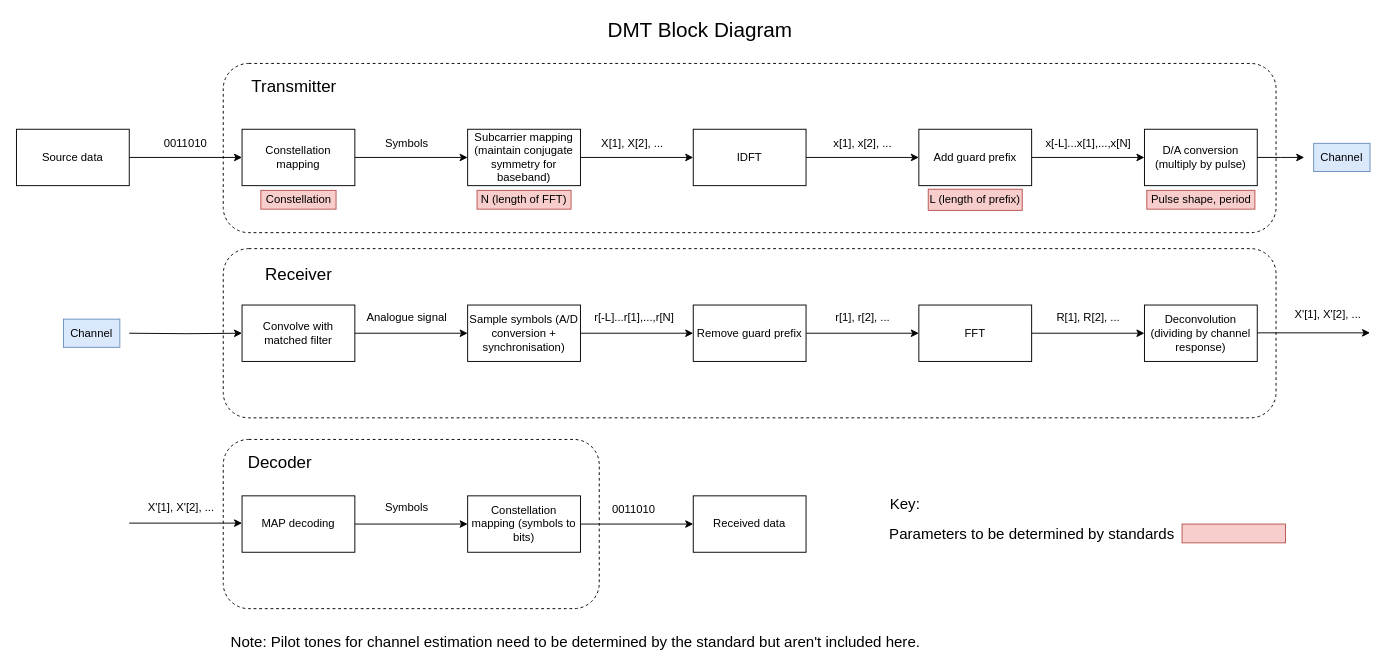
Above: OFDM.drawio in barkermrl/AudioModem (draw.io), before the change. Source tidied: cells renumbered, new cells numbered last; positions are measured from the earlier drawing's top-left corner, leaving out a move shared by most shapes. Both pictures are drawn from the tidied source at 94%, with x=0, y=0 at pixel (16, 16).
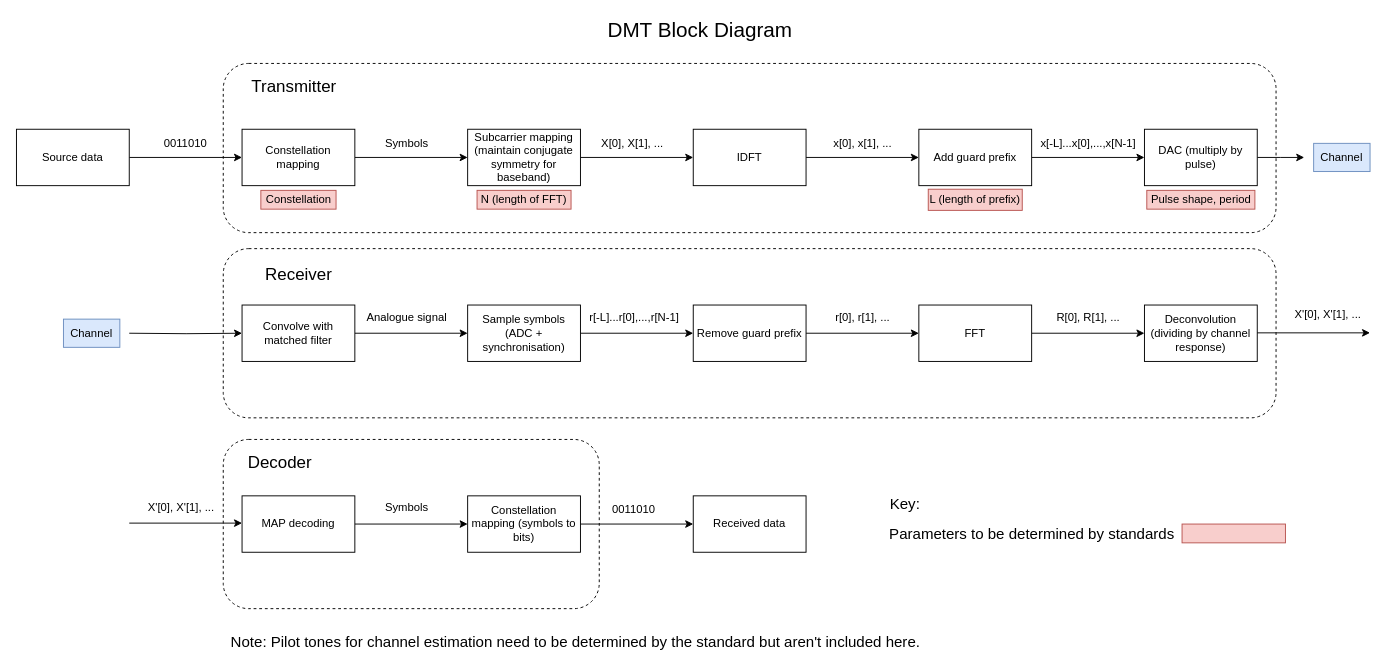
The same diagram, later.

What changed in the source:
```diff
@@
-    <mxCell id="16" value="D/A conversion (multiply by pulse)" style="whiteSpace=wrap;html=1;rounded=0;" parent="1" vertex="1">
+    <mxCell id="16" value="DAC (multiply by pulse)" style="whiteSpace=wrap;html=1;rounded=0;" parent="1" vertex="1">
       <mxGeometry x="1200" y="120" width="120" height="60" as="geometry" />
     </mxCell>
@@
-    <mxCell id="26" value="Sample symbols (A/D conversion + synchronisation)" style="whiteSpace=wrap;html=1;rounded=0;" parent="1" vertex="1">
+    <mxCell id="26" value="Sample symbols (ADC + synchronisation)" style="whiteSpace=wrap;html=1;rounded=0;" parent="1" vertex="1">
       <mxGeometry x="480" y="307" width="120" height="60" as="geometry" />
     </mxCell>
@@
-    <mxCell id="36" value="X[1], X[2], ..." style="text;html=1;align=center;verticalAlign=middle;strokeColor=none;fillColor=none;" parent="1" vertex="1">
+    <mxCell id="36" value="X[0], X[1], ..." style="text;html=1;align=center;verticalAlign=middle;strokeColor=none;fillColor=none;" parent="1" vertex="1">
       <mxGeometry x="615" y="125" width="80" height="20" as="geometry" />
     </mxCell>
@@
-    <mxCell id="38" value="x[1], x[2], ..." style="text;html=1;align=center;verticalAlign=middle;strokeColor=none;fillColor=none;" parent="1" vertex="1">
+    <mxCell id="38" value="x[0], x[1], ..." style="text;html=1;align=center;verticalAlign=middle;strokeColor=none;fillColor=none;" parent="1" vertex="1">
       <mxGeometry x="860" y="125" width="80" height="20" as="geometry" />
     </mxCell>
-    <mxCell id="39" value="x[-L]...x[1],...,x[N]" style="text;html=1;align=center;verticalAlign=middle;strokeColor=none;fillColor=none;" parent="1" vertex="1">
-      <mxGeometry x="1085" y="125" width="110" height="20" as="geometry" />
+    <mxCell id="39" value="x[-L]...x[0],...,x[N-1]" style="text;html=1;align=center;verticalAlign=middle;strokeColor=none;fillColor=none;" parent="1" vertex="1">
+      <mxGeometry x="1080" y="125" width="120" height="20" as="geometry" />
     </mxCell>
@@
-    <mxCell id="45" value="R[1], R[2], ..." style="text;html=1;align=center;verticalAlign=middle;strokeColor=none;fillColor=none;" parent="1" vertex="1">
+    <mxCell id="45" value="R[0], R[1], ..." style="text;html=1;align=center;verticalAlign=middle;strokeColor=none;fillColor=none;" parent="1" vertex="1">
       <mxGeometry x="1100" y="310" width="80" height="20" as="geometry" />
     </mxCell>
-    <mxCell id="46" value="r[-L]...r[1],...,r[N]" style="text;html=1;align=center;verticalAlign=middle;strokeColor=none;fillColor=none;" parent="1" vertex="1">
-      <mxGeometry x="607" y="310" width="100" height="20" as="geometry" />
+    <mxCell id="46" value="r[-L]...r[0],...,r[N-1]" style="text;html=1;align=center;verticalAlign=middle;strokeColor=none;fillColor=none;" parent="1" vertex="1">
+      <mxGeometry x="602" y="310" width="110" height="20" as="geometry" />
     </mxCell>
-    <mxCell id="47" value="r[1], r[2], ..." style="text;html=1;align=center;verticalAlign=middle;strokeColor=none;fillColor=none;" parent="1" vertex="1">
+    <mxCell id="47" value="r[0], r[1], ..." style="text;html=1;align=center;verticalAlign=middle;strokeColor=none;fillColor=none;" parent="1" vertex="1">
       <mxGeometry x="865" y="310" width="70" height="20" as="geometry" />
     </mxCell>
@@
-    <mxCell id="51" value="X'[1], X'[2], ..." style="text;html=1;align=center;verticalAlign=middle;strokeColor=none;fillColor=none;" parent="1" vertex="1">
+    <mxCell id="51" value="X'[0], X'[1], ..." style="text;html=1;align=center;verticalAlign=middle;strokeColor=none;fillColor=none;" parent="1" vertex="1">
       <mxGeometry x="1350" y="307" width="90" height="20" as="geometry" />
     </mxCell>
@@
-    <mxCell id="53" value="X'[1], X'[2], ..." style="text;html=1;align=center;verticalAlign=middle;strokeColor=none;fillColor=none;" parent="1" vertex="1">
+    <mxCell id="53" value="X'[0], X'[1], ..." style="text;html=1;align=center;verticalAlign=middle;strokeColor=none;fillColor=none;" parent="1" vertex="1">
       <mxGeometry x="130" y="513" width="90" height="20" as="geometry" />
     </mxCell>
```
